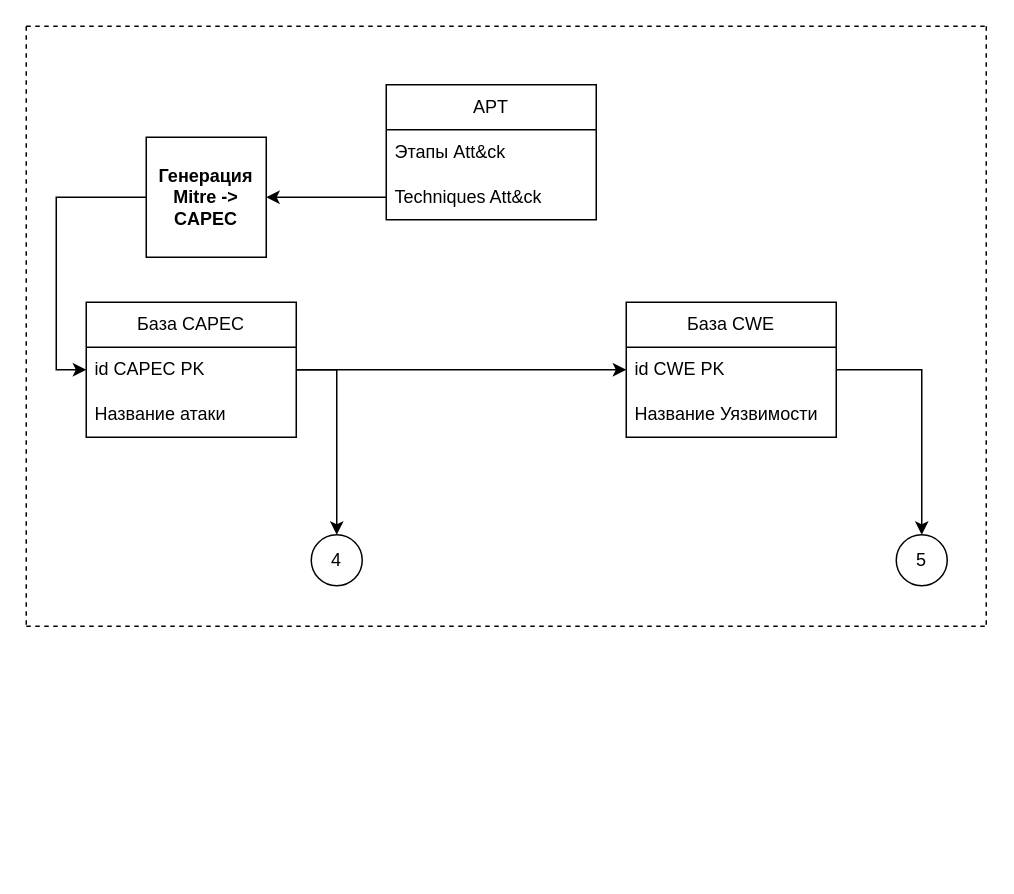
This is (Обновленная схема ОПЗ) Входные данные.drawio from SmirnovBogdan8/Diplom, a draw.io file, before an edit. Source tidied: cells renumbered, new cells numbered last; positions are measured from the earlier drawing's top-left corner, leaving out a move shared by most shapes. Both pictures are drawn from the tidied source at 150%, with x=0, y=0 at pixel (26, 26).
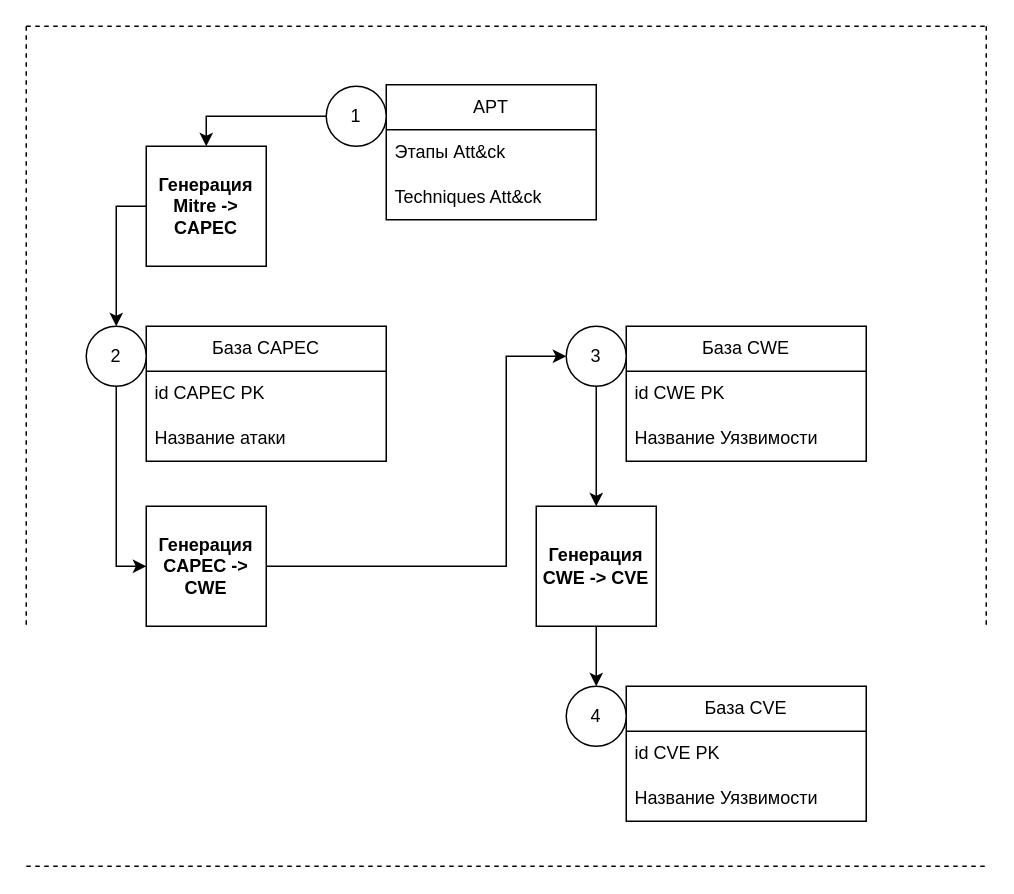
After the change.

Unchanged cells that the change refers to:
```xml
<mxCell id="15" value="Techniques Att&amp;amp;ck" style="text;strokeColor=none;fillColor=none;align=left;verticalAlign=middle;spacingLeft=4;spacingRight=4;overflow=hidden;points=[[0,0.5],[1,0.5]];portConstraint=eastwest;whiteSpace=wrap;html=1;" parent="13" vertex="1">
  <mxGeometry y="60" width="140" height="30" as="geometry" />
</mxCell>
```

Change to the diagram source:
```diff
@@
     <mxCell id="4" style="endArrow=none;dashed=1;html=1;rounded=0;" parent="1" edge="1">
       <mxGeometry relative="1" as="geometry">
-        <mxPoint y="400" as="sourcePoint" />
-        <mxPoint x="640" y="400" as="targetPoint" />
+        <mxPoint y="560" as="sourcePoint" />
+        <mxPoint x="640" y="560" as="targetPoint" />
       </mxGeometry>
     </mxCell>
     <mxCell id="5" value="База CAPEC" style="swimlane;fontStyle=0;horizontal=1;startSize=30;whiteSpace=wrap;html=1;" parent="1" vertex="1">
-      <mxGeometry x="40" y="184" width="140" height="90" as="geometry" />
+      <mxGeometry x="80" y="200" width="160" height="90" as="geometry" />
     </mxCell>
     <mxCell id="6" value="id CAPEC PK" style="text;strokeColor=none;fillColor=none;align=left;verticalAlign=middle;spacingLeft=4;spacingRight=4;overflow=hidden;points=[[0,0.5],[1,0.5]];portConstraint=eastwest;whiteSpace=wrap;html=1;" parent="5" vertex="1">
-      <mxGeometry y="30" width="140" height="30" as="geometry" />
+      <mxGeometry y="30" width="160" height="30" as="geometry" />
     </mxCell>
     <mxCell id="7" value="Название атаки" style="text;strokeColor=none;fillColor=none;align=left;verticalAlign=middle;spacingLeft=4;spacingRight=4;overflow=hidden;whiteSpace=wrap;html=1;" parent="5" vertex="1">
-      <mxGeometry y="60" width="140" height="30" as="geometry" />
+      <mxGeometry y="60" width="160" height="30" as="geometry" />
     </mxCell>
-    <mxCell id="8" value="База CWE" style="swimlane;fontStyle=0;horizontal=1;startSize=30;whiteSpace=wrap;html=1;" parent="1" vertex="1">
-      <mxGeometry x="400" y="184" width="140" height="90" as="geometry" />
+    <mxCell id="8" value="База CVE" style="swimlane;fontStyle=0;horizontal=1;startSize=30;whiteSpace=wrap;html=1;" parent="1" vertex="1">
+      <mxGeometry x="400" y="440" width="160" height="90" as="geometry" />
     </mxCell>
-    <mxCell id="9" value="id CWE PK" style="text;strokeColor=none;fillColor=none;align=left;verticalAlign=middle;spacingLeft=4;spacingRight=4;overflow=hidden;points=[[0,0.5],[1,0.5]];portConstraint=eastwest;whiteSpace=wrap;html=1;" parent="8" vertex="1">
-      <mxGeometry y="30" width="140" height="30" as="geometry" />
+    <mxCell id="9" value="id CVE PK" style="text;strokeColor=none;fillColor=none;align=left;verticalAlign=middle;spacingLeft=4;spacingRight=4;overflow=hidden;points=[[0,0.5],[1,0.5]];portConstraint=eastwest;whiteSpace=wrap;html=1;" parent="8" vertex="1">
+      <mxGeometry y="30" width="160" height="30" as="geometry" />
     </mxCell>
     <mxCell id="10" value="Название Уязвимости" style="text;strokeColor=none;fillColor=none;align=left;verticalAlign=middle;spacingLeft=4;spacingRight=4;overflow=hidden;whiteSpace=wrap;html=1;" parent="8" vertex="1">
-      <mxGeometry y="60" width="140" height="30" as="geometry" />
+      <mxGeometry y="60" width="160" height="30" as="geometry" />
     </mxCell>
-    <mxCell id="11" value="5" style="ellipse;whiteSpace=wrap;html=1;" parent="1" vertex="1">
-      <mxGeometry x="580" y="339" width="34" height="34" as="geometry" />
-    </mxCell>
-    <mxCell id="12" value="4" style="ellipse;whiteSpace=wrap;html=1;" parent="1" vertex="1">
-      <mxGeometry x="190" y="339" width="34" height="34" as="geometry" />
-    </mxCell>
@@
-    <mxCell id="16" style="edgeStyle=orthogonalEdgeStyle;rounded=0;jettySize=auto;html=1;exitX=0;exitY=0.5;exitDx=0;exitDy=0;entryX=0;entryY=0.5;entryDx=0;entryDy=0;" parent="1" edge="1" source="17" target="6">
-      <mxGeometry relative="1" as="geometry" />
-    </mxCell>
+    <mxCell id="23" style="edgeStyle=orthogonalEdgeStyle;rounded=0;jettySize=auto;html=1;entryX=0.5;entryY=0;entryDx=0;entryDy=0;" parent="1" edge="1" source="17" target="30">
+      <mxGeometry relative="1" as="geometry">
+        <Array as="points">
+          <mxPoint x="60" y="120" />
+        </Array>
+      </mxGeometry>
+    </mxCell>
     <mxCell id="17" value="&lt;b&gt;Генерация Mitre -&amp;gt; CAPEC&lt;/b&gt;" style="whiteSpace=wrap;html=1;" parent="1" vertex="1">
-      <mxGeometry x="80" y="74" width="80" height="80" as="geometry" />
+      <mxGeometry x="80" y="80" width="80" height="80" as="geometry" />
     </mxCell>
-    <mxCell id="18" style="edgeStyle=orthogonalEdgeStyle;rounded=0;jettySize=auto;html=1;exitX=0;exitY=0.5;exitDx=0;exitDy=0;entryX=1;entryY=0.5;entryDx=0;entryDy=0;" parent="1" edge="1" source="15" target="17">
-      <mxGeometry relative="1" as="geometry" />
-    </mxCell>
-    <mxCell id="19" style="edgeStyle=orthogonalEdgeStyle;rounded=0;jettySize=auto;html=1;entryX=0.5;entryY=0;entryDx=0;entryDy=0;" parent="1" edge="1" source="6" target="12">
-      <mxGeometry relative="1" as="geometry" />
-    </mxCell>
-    <mxCell id="20" style="edgeStyle=orthogonalEdgeStyle;rounded=0;jettySize=auto;html=1;exitX=1;exitY=0.5;exitDx=0;exitDy=0;entryX=0.5;entryY=0;entryDx=0;entryDy=0;" parent="1" edge="1" source="9" target="11">
-      <mxGeometry relative="1" as="geometry" />
-    </mxCell>
-    <mxCell id="21" style="edgeStyle=orthogonalEdgeStyle;rounded=0;jettySize=auto;html=1;exitX=1;exitY=0.5;exitDx=0;exitDy=0;entryX=0;entryY=0.5;entryDx=0;entryDy=0;" parent="1" edge="1" source="6" target="9">
-      <mxGeometry relative="1" as="geometry" />
-    </mxCell>
@@
+    <mxCell id="24" style="edgeStyle=orthogonalEdgeStyle;rounded=0;jettySize=auto;html=1;exitX=0;exitY=0.5;exitDx=0;exitDy=0;entryX=0.5;entryY=0;entryDx=0;entryDy=0;" parent="1" edge="1" source="25" target="17">
+      <mxGeometry relative="1" as="geometry" />
+    </mxCell>
+    <mxCell id="25" value="1" style="ellipse;whiteSpace=wrap;html=1;" parent="1" vertex="1">
+      <mxGeometry x="200" y="40" width="40" height="40" as="geometry" />
+    </mxCell>
+    <mxCell id="26" value="База CWE" style="swimlane;fontStyle=0;horizontal=1;startSize=30;whiteSpace=wrap;html=1;" parent="1" vertex="1">
+      <mxGeometry x="400" y="200" width="160" height="90" as="geometry" />
+    </mxCell>
+    <mxCell id="27" value="id CWE PK" style="text;strokeColor=none;fillColor=none;align=left;verticalAlign=middle;spacingLeft=4;spacingRight=4;overflow=hidden;whiteSpace=wrap;html=1;" parent="26" vertex="1">
+      <mxGeometry y="30" width="160" height="30" as="geometry" />
+    </mxCell>
+    <mxCell id="28" value="Название Уязвимости" style="text;strokeColor=none;fillColor=none;align=left;verticalAlign=middle;spacingLeft=4;spacingRight=4;overflow=hidden;whiteSpace=wrap;html=1;" parent="26" vertex="1">
+      <mxGeometry y="60" width="160" height="30" as="geometry" />
+    </mxCell>
+    <mxCell id="29" style="edgeStyle=orthogonalEdgeStyle;rounded=0;jettySize=auto;html=1;entryX=0;entryY=0.5;entryDx=0;entryDy=0;" parent="1" edge="1" source="30" target="32">
+      <mxGeometry relative="1" as="geometry" />
+    </mxCell>
+    <mxCell id="30" value="2" style="ellipse;whiteSpace=wrap;html=1;" parent="1" vertex="1">
+      <mxGeometry x="40" y="200" width="40" height="40" as="geometry" />
+    </mxCell>
+    <mxCell id="31" style="edgeStyle=orthogonalEdgeStyle;rounded=0;jettySize=auto;html=1;entryX=0;entryY=0.5;entryDx=0;entryDy=0;" parent="1" edge="1" source="32" target="36">
+      <mxGeometry relative="1" as="geometry">
+        <Array as="points">
+          <mxPoint x="320" y="360" />
+          <mxPoint x="320" y="220" />
+        </Array>
+      </mxGeometry>
+    </mxCell>
+    <mxCell id="32" value="&lt;b&gt;Генерация CAPEC -&amp;gt; CWE&lt;/b&gt;" style="whiteSpace=wrap;html=1;" parent="1" vertex="1">
+      <mxGeometry x="80" y="320" width="80" height="80" as="geometry" />
+    </mxCell>
+    <mxCell id="33" style="edgeStyle=orthogonalEdgeStyle;rounded=0;jettySize=auto;html=1;" parent="1" edge="1" source="34" target="12">
+      <mxGeometry relative="1" as="geometry" />
+    </mxCell>
+    <mxCell id="34" value="&lt;b&gt;Генерация CWE -&amp;gt; CVE&lt;/b&gt;" style="whiteSpace=wrap;html=1;" parent="1" vertex="1">
+      <mxGeometry x="340" y="320" width="80" height="80" as="geometry" />
+    </mxCell>
+    <mxCell id="35" style="edgeStyle=orthogonalEdgeStyle;rounded=0;jettySize=auto;html=1;" parent="1" edge="1" source="36" target="34">
+      <mxGeometry relative="1" as="geometry" />
+    </mxCell>
+    <mxCell id="36" value="3" style="ellipse;whiteSpace=wrap;html=1;" parent="1" vertex="1">
+      <mxGeometry x="360" y="200" width="40" height="40" as="geometry" />
+    </mxCell>
+    <mxCell id="12" value="4" style="ellipse;whiteSpace=wrap;html=1;" parent="1" vertex="1">
+      <mxGeometry x="360" y="440" width="40" height="40" as="geometry" />
+    </mxCell>
```
